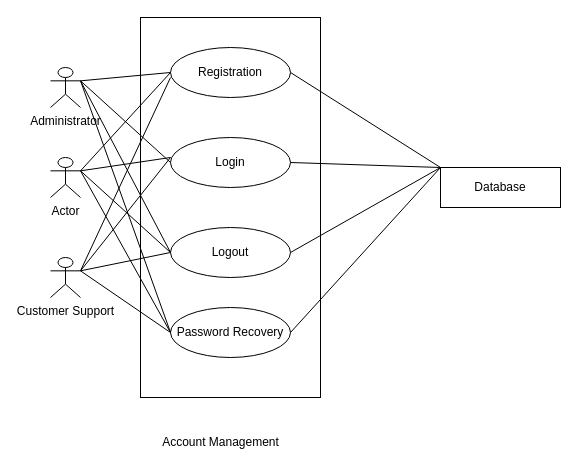
This is Software-Requirement-Specification/Use-Case-Diagrams/Level-1.1.drawio from fiercePanda007/SPL2-EcommerceWebApp, a draw.io file, before an edit. Source tidied: cells renumbered, new cells numbered last; positions are measured from the earlier drawing's top-left corner, leaving out a move shared by most shapes. Both pictures are drawn from the tidied source at 100%, with x=0, y=0 at pixel (50, 17).
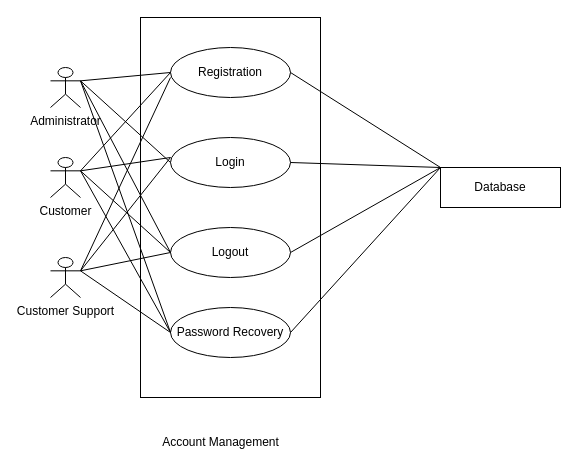
The same diagram, later.

Change to the diagram source:
```diff
@@
-    <mxCell id="21" value="Actor" style="shape=umlActor;verticalLabelPosition=bottom;verticalAlign=top;html=1;outlineConnect=0;" parent="1" vertex="1">
+    <mxCell id="21" value="Customer" style="shape=umlActor;verticalLabelPosition=bottom;verticalAlign=top;html=1;outlineConnect=0;" parent="1" vertex="1">
       <mxGeometry y="140" width="30" height="40" as="geometry" />
     </mxCell>
```
